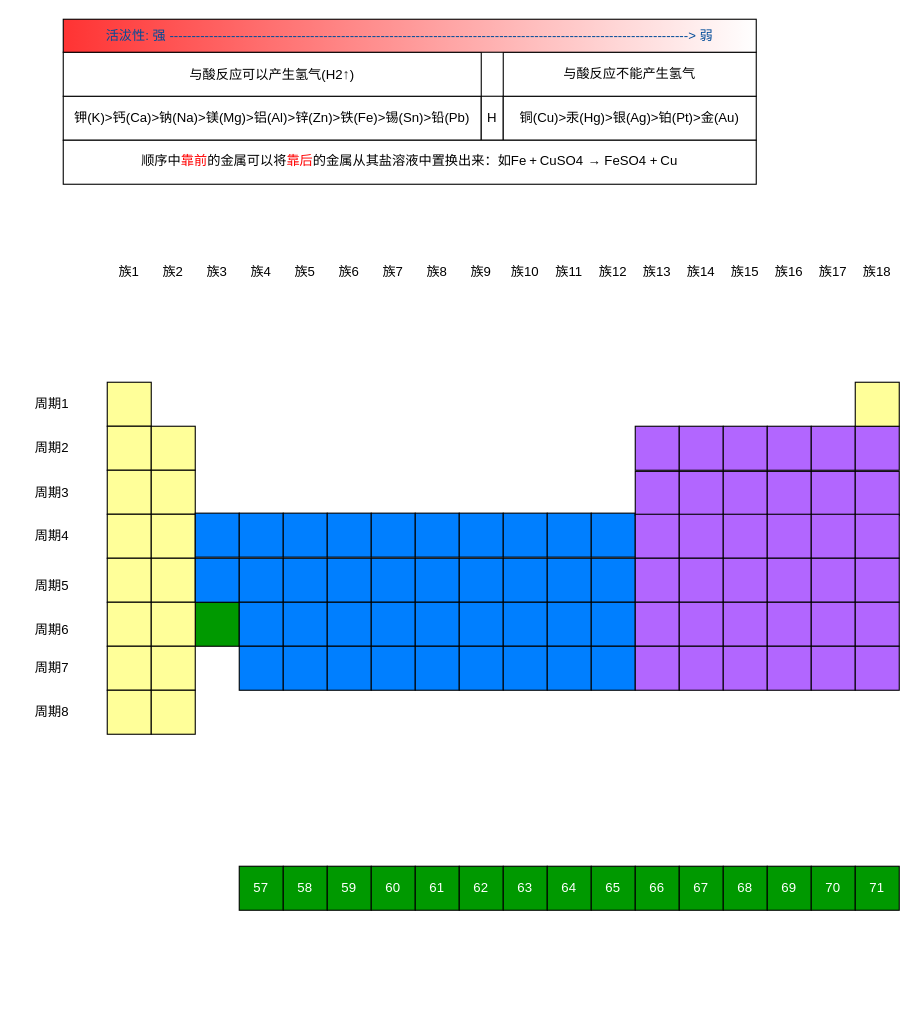
Above: 化学元素.drawio in fengsh998/pics (draw.io), before the change. Source tidied: cells renumbered, new cells numbered last; positions are measured from the earlier drawing's top-left corner, leaving out a move shared by most shapes. Both pictures are drawn from the tidied source at 110%, with x=0, y=0 at pixel (19, 19).
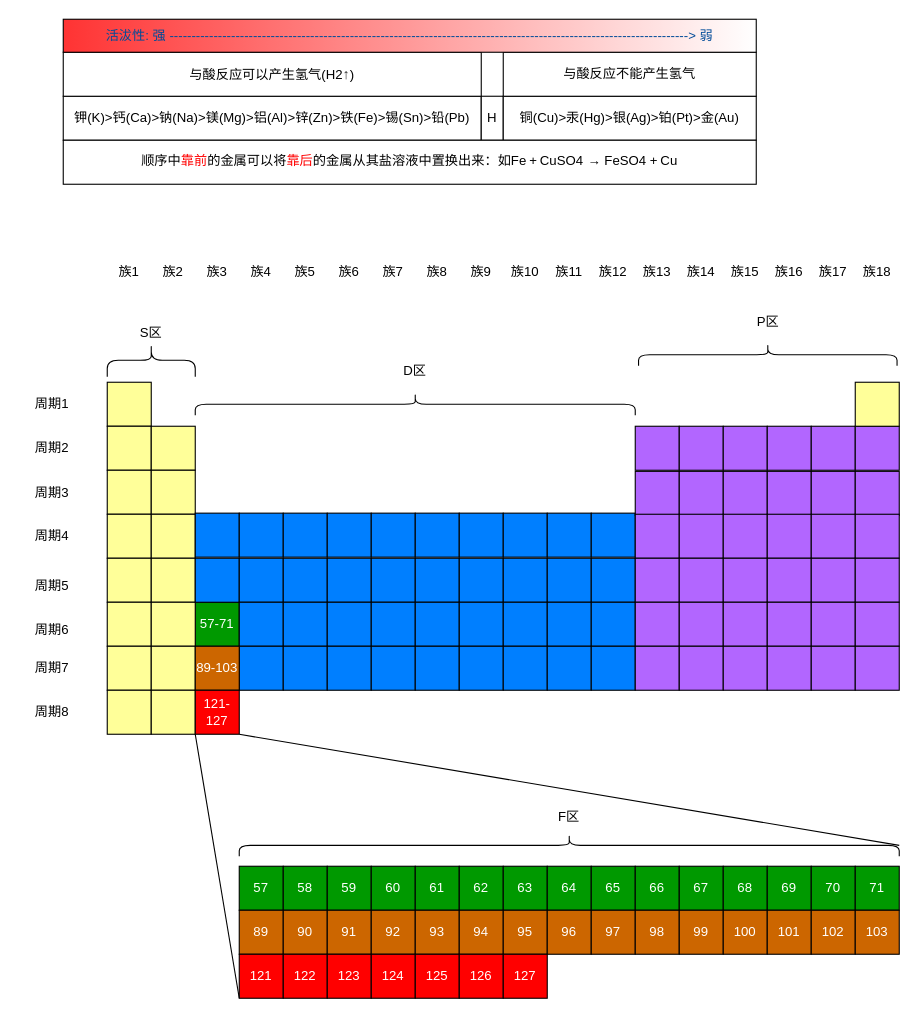
The same diagram, later.

Commit message (it also covers changes not shown here):
更新化学元素.drawio

Change to the diagram source:
```diff
@@
-    <mxCell id="11" style="whiteSpace=wrap;html=1;fillColor=#009900;" parent="1" vertex="1">
+    <mxCell id="11" value="57-71" style="whiteSpace=wrap;html=1;fillColor=#009900;fontColor=#FFFFFF;" parent="1" vertex="1">
       <mxGeometry x="160" y="530" width="40" height="40" as="geometry" />
     </mxCell>
@@
+    <mxCell id="141" value="89-103" style="whiteSpace=wrap;html=1;fillColor=#CC6600;fontColor=#FFFFFF;" parent="1" vertex="1">
+      <mxGeometry x="160" y="570" width="40" height="40" as="geometry" />
+    </mxCell>
+    <mxCell id="142" value="89" style="whiteSpace=wrap;html=1;fillColor=#CC6600;fontColor=#FFFFFF;" parent="1" vertex="1">
+      <mxGeometry x="200" y="810" width="40" height="40" as="geometry" />
+    </mxCell>
+    <mxCell id="143" value="90" style="whiteSpace=wrap;html=1;fillColor=#CC6600;fontColor=#FFFFFF;" parent="1" vertex="1">
+      <mxGeometry x="240" y="810" width="40" height="40" as="geometry" />
+    </mxCell>
+    <mxCell id="144" value="91" style="whiteSpace=wrap;html=1;fillColor=#CC6600;fontColor=#FFFFFF;" parent="1" vertex="1">
+      <mxGeometry x="280" y="810" width="40" height="40" as="geometry" />
+    </mxCell>
+    <mxCell id="145" value="92" style="whiteSpace=wrap;html=1;fillColor=#CC6600;fontColor=#FFFFFF;" parent="1" vertex="1">
+      <mxGeometry x="320" y="810" width="40" height="40" as="geometry" />
+    </mxCell>
+    <mxCell id="146" value="93" style="whiteSpace=wrap;html=1;fillColor=#CC6600;fontColor=#FFFFFF;" parent="1" vertex="1">
+      <mxGeometry x="360" y="810" width="40" height="40" as="geometry" />
+    </mxCell>
+    <mxCell id="147" value="94" style="whiteSpace=wrap;html=1;fillColor=#CC6600;fontColor=#FFFFFF;" parent="1" vertex="1">
+      <mxGeometry x="400" y="810" width="40" height="40" as="geometry" />
+    </mxCell>
+    <mxCell id="148" value="95" style="whiteSpace=wrap;html=1;fillColor=#CC6600;fontColor=#FFFFFF;" parent="1" vertex="1">
+      <mxGeometry x="440" y="810" width="40" height="40" as="geometry" />
+    </mxCell>
+    <mxCell id="149" value="96" style="whiteSpace=wrap;html=1;fillColor=#CC6600;fontColor=#FFFFFF;" parent="1" vertex="1">
+      <mxGeometry x="480" y="810" width="40" height="40" as="geometry" />
+    </mxCell>
+    <mxCell id="150" value="97" style="whiteSpace=wrap;html=1;fillColor=#CC6600;fontColor=#FFFFFF;" parent="1" vertex="1">
+      <mxGeometry x="520" y="810" width="40" height="40" as="geometry" />
+    </mxCell>
+    <mxCell id="151" value="98" style="whiteSpace=wrap;html=1;fillColor=#CC6600;fontColor=#FFFFFF;" parent="1" vertex="1">
+      <mxGeometry x="560" y="810" width="40" height="40" as="geometry" />
+    </mxCell>
+    <mxCell id="152" value="99" style="whiteSpace=wrap;html=1;fillColor=#CC6600;fontColor=#FFFFFF;" parent="1" vertex="1">
+      <mxGeometry x="600" y="810" width="40" height="40" as="geometry" />
+    </mxCell>
+    <mxCell id="153" value="100" style="whiteSpace=wrap;html=1;fillColor=#CC6600;fontColor=#FFFFFF;" parent="1" vertex="1">
+      <mxGeometry x="640" y="810" width="40" height="40" as="geometry" />
+    </mxCell>
+    <mxCell id="154" value="101" style="whiteSpace=wrap;html=1;fillColor=#CC6600;fontColor=#FFFFFF;" parent="1" vertex="1">
+      <mxGeometry x="680" y="810" width="40" height="40" as="geometry" />
+    </mxCell>
+    <mxCell id="155" value="102" style="whiteSpace=wrap;html=1;fillColor=#CC6600;fontColor=#FFFFFF;" parent="1" vertex="1">
+      <mxGeometry x="720" y="810" width="40" height="40" as="geometry" />
+    </mxCell>
+    <mxCell id="156" value="103" style="whiteSpace=wrap;html=1;fillColor=#CC6600;fontColor=#FFFFFF;" parent="1" vertex="1">
+      <mxGeometry x="760" y="810" width="40" height="40" as="geometry" />
+    </mxCell>
+    <mxCell id="157" value="121-127" style="whiteSpace=wrap;html=1;fillColor=#FF0000;fontColor=#FFFFFF;" parent="1" vertex="1">
+      <mxGeometry x="160" y="610" width="40" height="40" as="geometry" />
+    </mxCell>
+    <mxCell id="158" value="121" style="whiteSpace=wrap;html=1;fillColor=#FF0000;fontColor=#FFFFFF;" parent="1" vertex="1">
+      <mxGeometry x="200" y="850" width="40" height="40" as="geometry" />
+    </mxCell>
+    <mxCell id="159" value="122" style="whiteSpace=wrap;html=1;fillColor=#FF0000;fontColor=#FFFFFF;" parent="1" vertex="1">
+      <mxGeometry x="240" y="850" width="40" height="40" as="geometry" />
+    </mxCell>
+    <mxCell id="160" value="123" style="whiteSpace=wrap;html=1;fillColor=#FF0000;fontColor=#FFFFFF;" parent="1" vertex="1">
+      <mxGeometry x="280" y="850" width="40" height="40" as="geometry" />
+    </mxCell>
+    <mxCell id="161" value="124" style="whiteSpace=wrap;html=1;fillColor=#FF0000;fontColor=#FFFFFF;" parent="1" vertex="1">
+      <mxGeometry x="320" y="850" width="40" height="40" as="geometry" />
+    </mxCell>
+    <mxCell id="162" value="125" style="whiteSpace=wrap;html=1;fillColor=#FF0000;fontColor=#FFFFFF;" parent="1" vertex="1">
+      <mxGeometry x="360" y="850" width="40" height="40" as="geometry" />
+    </mxCell>
+    <mxCell id="163" value="126" style="whiteSpace=wrap;html=1;fillColor=#FF0000;fontColor=#FFFFFF;" parent="1" vertex="1">
+      <mxGeometry x="400" y="850" width="40" height="40" as="geometry" />
+    </mxCell>
+    <mxCell id="164" value="127" style="whiteSpace=wrap;html=1;fillColor=#FF0000;fontColor=#FFFFFF;" parent="1" vertex="1">
+      <mxGeometry x="440" y="850" width="40" height="40" as="geometry" />
+    </mxCell>
+    <mxCell id="165" style="endArrow=none;html=1;rounded=0;exitX=0;exitY=1;exitDx=0;exitDy=0;entryX=0;entryY=1;entryDx=0;entryDy=0;" parent="1" edge="1" source="157" target="158">
+      <mxGeometry relative="1" as="geometry" />
+    </mxCell>
+    <mxCell id="166" style="endArrow=none;html=1;rounded=0;exitX=1;exitY=1;exitDx=0;exitDy=0;entryX=0.5;entryY=0;entryDx=0;entryDy=0;" parent="1" edge="1" source="157" target="169">
+      <mxGeometry relative="1" as="geometry" />
+    </mxCell>
+    <mxCell id="167" style="shape=curlyBracket;whiteSpace=wrap;html=1;rounded=1;labelPosition=left;verticalLabelPosition=middle;align=right;verticalAlign=middle;rotation=90;" parent="1" vertex="1">
+      <mxGeometry x="105" y="270" width="30" height="80" as="geometry" />
+    </mxCell>
+    <mxCell id="168" style="shape=curlyBracket;whiteSpace=wrap;html=1;rounded=1;labelPosition=left;verticalLabelPosition=middle;align=right;verticalAlign=middle;rotation=90;" parent="1" vertex="1">
+      <mxGeometry x="350" y="150" width="20" height="400" as="geometry" />
+    </mxCell>
+    <mxCell id="169" style="shape=curlyBracket;whiteSpace=wrap;html=1;rounded=1;labelPosition=left;verticalLabelPosition=middle;align=right;verticalAlign=middle;rotation=90;" parent="1" vertex="1">
+      <mxGeometry x="490" y="451" width="20" height="600" as="geometry" />
+    </mxCell>
+    <mxCell id="170" style="shape=curlyBracket;whiteSpace=wrap;html=1;rounded=1;labelPosition=left;verticalLabelPosition=middle;align=right;verticalAlign=middle;rotation=90;" parent="1" vertex="1">
+      <mxGeometry x="670.5" y="187.5" width="20" height="235" as="geometry" />
+    </mxCell>
+    <mxCell id="171" value="S区" style="text;html=1;whiteSpace=wrap;strokeColor=none;fillColor=none;align=center;verticalAlign=middle;rounded=0;" parent="1" vertex="1">
+      <mxGeometry x="90" y="270" width="60" height="30" as="geometry" />
+    </mxCell>
+    <mxCell id="172" value="D区" style="text;html=1;whiteSpace=wrap;strokeColor=none;fillColor=none;align=center;verticalAlign=middle;rounded=0;" parent="1" vertex="1">
+      <mxGeometry x="330" y="305" width="60" height="30" as="geometry" />
+    </mxCell>
+    <mxCell id="173" value="P区" style="text;html=1;whiteSpace=wrap;strokeColor=none;fillColor=none;align=center;verticalAlign=middle;rounded=0;" parent="1" vertex="1">
+      <mxGeometry x="650.5" y="260" width="60" height="30" as="geometry" />
+    </mxCell>
+    <mxCell id="174" value="F区" style="text;html=1;whiteSpace=wrap;strokeColor=none;fillColor=none;align=center;verticalAlign=middle;rounded=0;" parent="1" vertex="1">
+      <mxGeometry x="470" y="710" width="60" height="30" as="geometry" />
+    </mxCell>
```
